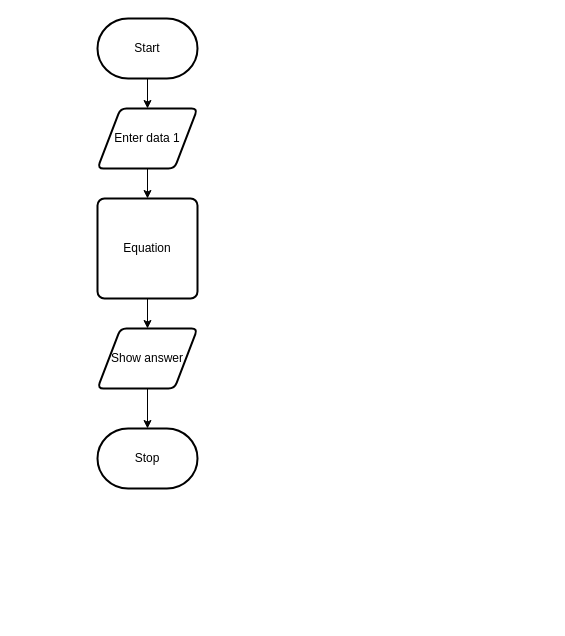
Before: design/flowchart.drawio in MTHS-ICS2O-2-2022/ICS2O-Unit-5-06-Jaden-Plugowsky, a draw.io diagram. Source tidied: cells renumbered, new cells numbered last; positions are measured from the earlier drawing's top-left corner, leaving out a move shared by most shapes. Both pictures are drawn from the tidied source at 100%, with x=0, y=0 at pixel (97, 18).
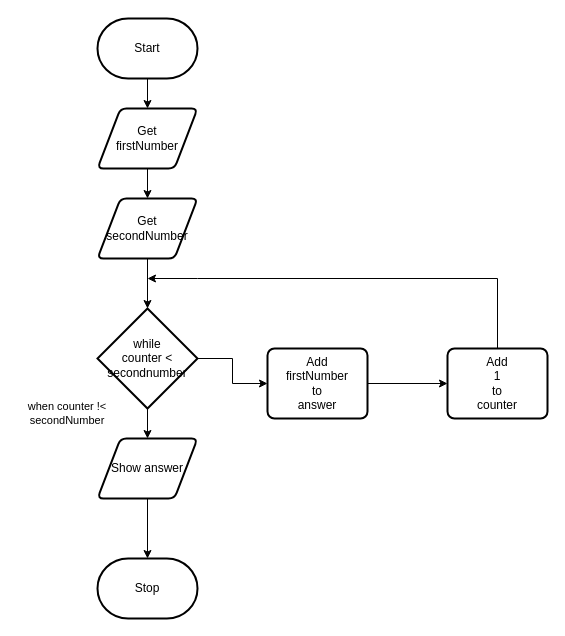
Above is the later version.

Diff of the diagram source:
```diff
@@
     <mxCell id="4" value="Stop" style="strokeWidth=2;html=1;shape=mxgraph.flowchart.terminator;whiteSpace=wrap;" parent="1" vertex="1">
-      <mxGeometry y="410" width="100" height="60" as="geometry" />
+      <mxGeometry y="540" width="100" height="60" as="geometry" />
     </mxCell>
-    <mxCell id="5" style="edgeStyle=orthogonalEdgeStyle;shape=connector;rounded=0;html=1;entryX=0.5;entryY=0;entryDx=0;entryDy=0;labelBackgroundColor=default;strokeColor=default;fontFamily=Helvetica;fontSize=11;fontColor=default;endArrow=classic;" parent="1" edge="1" source="6" target="10">
-      <mxGeometry relative="1" as="geometry" />
-    </mxCell>
+    <mxCell id="11" style="edgeStyle=orthogonalEdgeStyle;shape=connector;rounded=0;html=1;entryX=0.5;entryY=0;entryDx=0;entryDy=0;labelBackgroundColor=default;strokeColor=default;fontFamily=Helvetica;fontSize=11;fontColor=default;endArrow=classic;" parent="1" edge="1" source="6" target="17">
+      <mxGeometry relative="1" as="geometry" />
+    </mxCell>
-    <mxCell id="6" value="Enter data 1" style="shape=parallelogram;html=1;strokeWidth=2;perimeter=parallelogramPerimeter;whiteSpace=wrap;rounded=1;arcSize=12;size=0.23;" parent="1" vertex="1">
+    <mxCell id="6" value="Get&lt;br&gt;firstNumber" style="shape=parallelogram;html=1;strokeWidth=2;perimeter=parallelogramPerimeter;whiteSpace=wrap;rounded=1;arcSize=12;size=0.23;" parent="1" vertex="1">
       <mxGeometry y="90" width="100" height="60" as="geometry" />
     </mxCell>
@@
     <mxCell id="8" value="Show answer" style="shape=parallelogram;html=1;strokeWidth=2;perimeter=parallelogramPerimeter;whiteSpace=wrap;rounded=1;arcSize=12;size=0.23;" parent="1" vertex="1">
-      <mxGeometry y="310" width="100" height="60" as="geometry" />
+      <mxGeometry y="420" width="100" height="60" as="geometry" />
     </mxCell>
-    <mxCell id="9" style="edgeStyle=orthogonalEdgeStyle;shape=connector;rounded=0;html=1;entryX=0.5;entryY=0;entryDx=0;entryDy=0;labelBackgroundColor=default;strokeColor=default;fontFamily=Helvetica;fontSize=11;fontColor=default;endArrow=classic;" parent="1" edge="1" source="10" target="8">
-      <mxGeometry relative="1" as="geometry" />
-    </mxCell>
+    <mxCell id="12" style="edgeStyle=orthogonalEdgeStyle;shape=connector;rounded=0;html=1;labelBackgroundColor=default;strokeColor=default;fontFamily=Helvetica;fontSize=11;fontColor=default;endArrow=classic;" parent="1" edge="1" source="10" target="19">
+      <mxGeometry relative="1" as="geometry" />
+    </mxCell>
-    <mxCell id="10" value="Equation" style="rounded=1;whiteSpace=wrap;html=1;absoluteArcSize=1;arcSize=14;strokeWidth=2;" parent="1" vertex="1">
-      <mxGeometry y="180" width="100" height="100" as="geometry" />
+    <mxCell id="10" value="Add&lt;br&gt;firstNumber&lt;br&gt;to&lt;br&gt;answer" style="rounded=1;whiteSpace=wrap;html=1;absoluteArcSize=1;arcSize=14;strokeWidth=2;" parent="1" vertex="1">
+      <mxGeometry x="170" y="330" width="100" height="70" as="geometry" />
     </mxCell>
+    <mxCell id="13" style="edgeStyle=orthogonalEdgeStyle;shape=connector;rounded=0;html=1;entryX=0;entryY=0.5;entryDx=0;entryDy=0;labelBackgroundColor=default;strokeColor=default;fontFamily=Helvetica;fontSize=11;fontColor=default;endArrow=classic;" parent="1" edge="1" source="15" target="10">
+      <mxGeometry relative="1" as="geometry" />
+    </mxCell>
+    <mxCell id="14" style="edgeStyle=orthogonalEdgeStyle;shape=connector;rounded=0;html=1;entryX=0.5;entryY=0;entryDx=0;entryDy=0;labelBackgroundColor=default;strokeColor=default;fontFamily=Helvetica;fontSize=11;fontColor=default;endArrow=classic;" parent="1" edge="1" source="15" target="8">
+      <mxGeometry relative="1" as="geometry" />
+    </mxCell>
+    <mxCell id="15" value="while&lt;br&gt;counter &amp;lt; secondnumber" style="strokeWidth=2;html=1;shape=mxgraph.flowchart.decision;whiteSpace=wrap;" parent="1" vertex="1">
+      <mxGeometry y="290" width="100" height="100" as="geometry" />
+    </mxCell>
+    <mxCell id="16" style="edgeStyle=orthogonalEdgeStyle;shape=connector;rounded=0;html=1;entryX=0.5;entryY=0;entryDx=0;entryDy=0;entryPerimeter=0;labelBackgroundColor=default;strokeColor=default;fontFamily=Helvetica;fontSize=11;fontColor=default;endArrow=classic;" parent="1" edge="1" source="17" target="15">
+      <mxGeometry relative="1" as="geometry" />
+    </mxCell>
+    <mxCell id="17" value="Get&lt;br&gt;secondNumber" style="shape=parallelogram;html=1;strokeWidth=2;perimeter=parallelogramPerimeter;whiteSpace=wrap;rounded=1;arcSize=12;size=0.23;" parent="1" vertex="1">
+      <mxGeometry y="180" width="100" height="60" as="geometry" />
+    </mxCell>
+    <mxCell id="18" style="edgeStyle=orthogonalEdgeStyle;shape=connector;rounded=0;html=1;labelBackgroundColor=default;strokeColor=default;fontFamily=Helvetica;fontSize=11;fontColor=default;endArrow=classic;" parent="1" edge="1" source="19">
+      <mxGeometry relative="1" as="geometry">
+        <mxPoint x="50" y="260" as="targetPoint" />
+        <Array as="points">
+          <mxPoint x="400" y="260" />
+          <mxPoint x="100" y="260" />
+        </Array>
+      </mxGeometry>
+    </mxCell>
+    <mxCell id="19" value="Add&lt;br&gt;1&lt;br&gt;to&lt;br&gt;counter" style="rounded=1;whiteSpace=wrap;html=1;absoluteArcSize=1;arcSize=14;strokeWidth=2;" parent="1" vertex="1">
+      <mxGeometry x="350" y="330" width="100" height="70" as="geometry" />
+    </mxCell>
+    <mxCell id="20" value="when counter !&amp;lt; secondNumber" style="text;strokeColor=none;align=center;fillColor=none;html=1;verticalAlign=middle;whiteSpace=wrap;rounded=0;fontFamily=Helvetica;fontSize=11;fontColor=default;" parent="1" vertex="1">
+      <mxGeometry x="-80" y="380" width="100" height="30" as="geometry" />
+    </mxCell>
```
